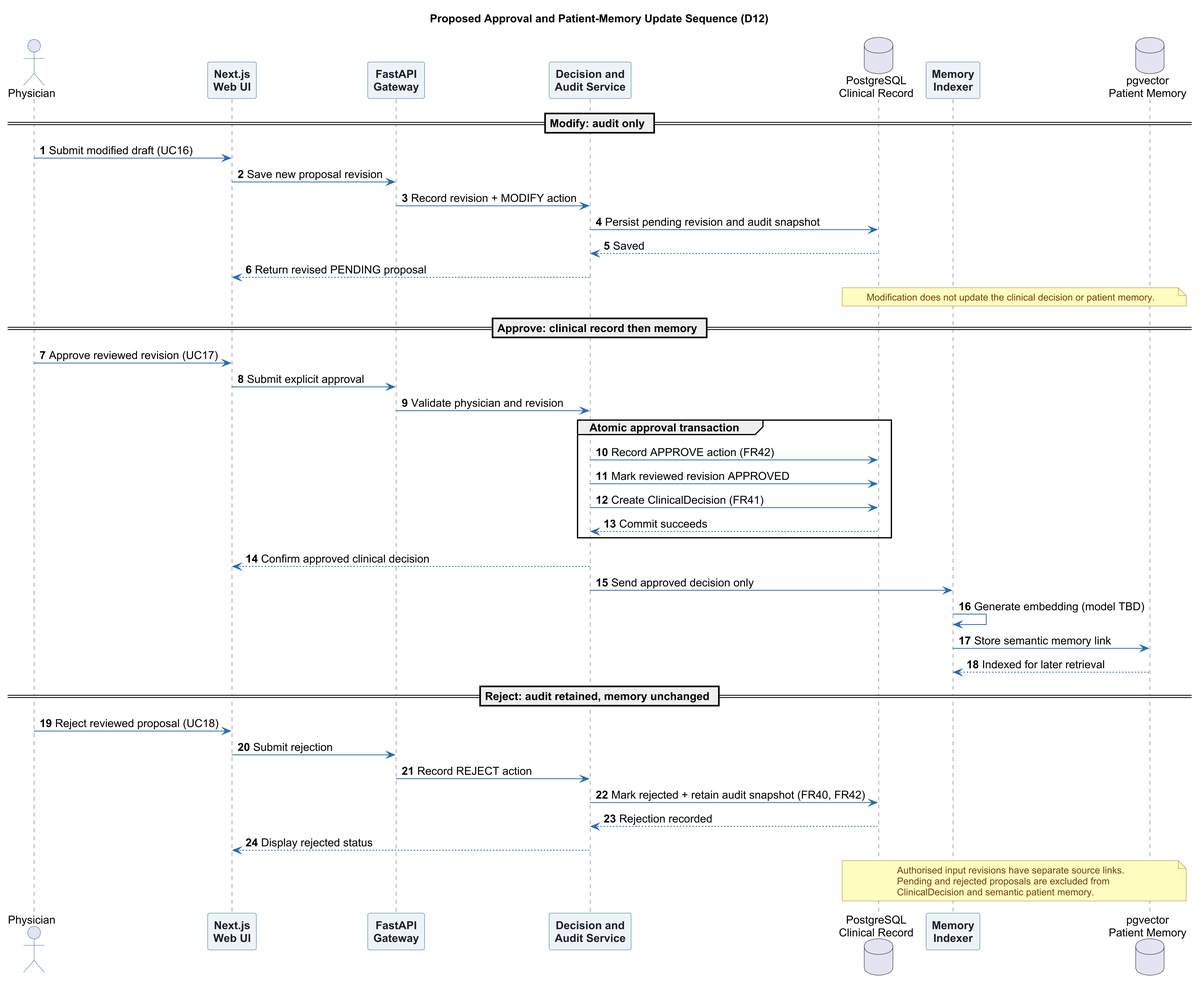
The PlantUML diagram Report template/Figures/esha_D12_memory_update_sequence.png in fatimamalik2307/fyp-report, before a commit. The source it was exported from:
```plantuml
@startuml esha_D12_memory_update_sequence
autonumber
skinparam backgroundColor #FFFFFF
skinparam shadowing false
skinparam defaultFontName Arial
skinparam defaultFontSize 14
skinparam dpi 300
skinparam sequence {
  ArrowColor #2B6CB0
  ActorBorderColor #2B6CB0
  LifeLineBorderColor #4A5568
  LifeLineBackgroundColor #EDF2F7
  ParticipantBorderColor #2B6CB0
  ParticipantBackgroundColor #EDF2F7
  ParticipantFontColor #1A202C
  ParticipantFontStyle bold
}
skinparam note {
  BackgroundColor #FEFCBF
  BorderColor #B7791F
  FontColor #744210
  FontSize 12
}
title Proposed Approval and Patient-Memory Update Sequence (D12)

actor Physician as Doctor
participant "Next.js\nWeb UI" as UI
participant "FastAPI\nGateway" as API
participant "Decision and\nAudit Service" as Decision
database "PostgreSQL\nClinical Record" as Record
participant "Memory\nIndexer" as Indexer
database "pgvector\nPatient Memory" as Memory

== Modify: audit only ==
Doctor -> UI : Submit modified draft (UC16)
UI -> API : Save new proposal revision
API -> Decision : Record revision + MODIFY action
Decision -> Record : Persist pending revision and audit snapshot
Record --> Decision : Saved
Decision --> UI : Return revised PENDING proposal
note over Record, Memory : Modification does not update the clinical decision or patient memory.
== Approve: clinical record then memory ==
Doctor -> UI : Approve reviewed revision (UC17)
UI -> API : Submit explicit approval
API -> Decision : Validate physician and revision
group Atomic approval transaction
  Decision -> Record : Record APPROVE action (FR42)
  Decision -> Record : Mark reviewed revision APPROVED
  Decision -> Record : Create ClinicalDecision (FR41)
  Record --> Decision : Commit succeeds
end
Decision --> UI : Confirm approved clinical decision
Decision -> Indexer : Send approved decision only
Indexer -> Indexer : Generate embedding (model TBD)
Indexer -> Memory : Store semantic memory link
Memory --> Indexer : Indexed for later retrieval
== Reject: audit retained, memory unchanged ==
Doctor -> UI : Reject reviewed proposal (UC18)
UI -> API : Submit rejection
API -> Decision : Record REJECT action
Decision -> Record : Mark rejected + retain audit snapshot (FR40, FR42)
Record --> Decision : Rejection recorded
Decision --> UI : Display rejected status
note over Record, Memory
  Authorised input revisions have separate source links.
  Pending and rejected proposals are excluded from
  ClinicalDecision and semantic patient memory.
end note
@enduml
```
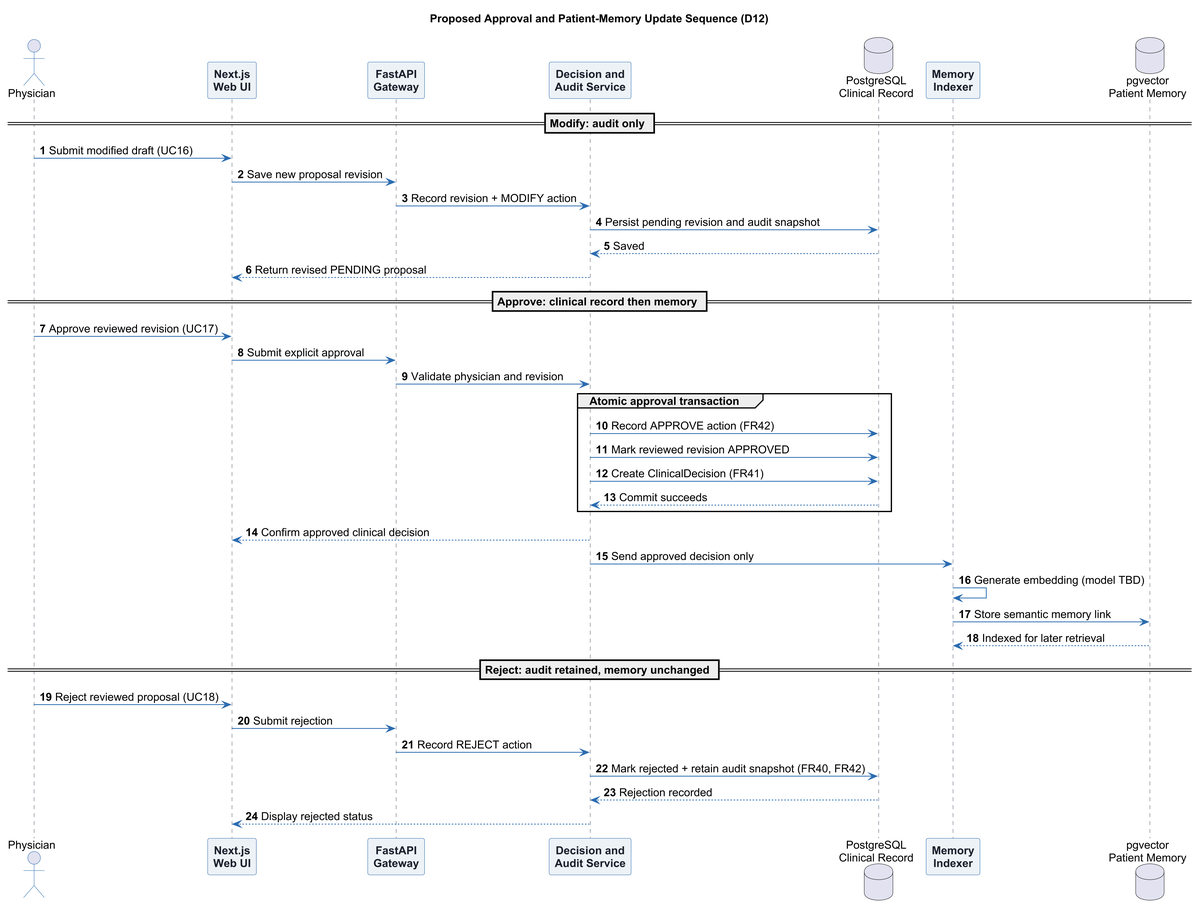
After the commit.

What changed in the source:
```diff
@@ -14,12 +14,6 @@
   ParticipantBackgroundColor #EDF2F7
   ParticipantFontColor #1A202C
   ParticipantFontStyle bold
-}
-skinparam note {
-  BackgroundColor #FEFCBF
-  BorderColor #B7791F
-  FontColor #744210
-  FontSize 12
 }
 title Proposed Approval and Patient-Memory Update Sequence (D12)
 
@@ -38,7 +32,6 @@
 Decision -> Record : Persist pending revision and audit snapshot
 Record --> Decision : Saved
 Decision --> UI : Return revised PENDING proposal
-note over Record, Memory : Modification does not update the clinical decision or patient memory.
 == Approve: clinical record then memory ==
 Doctor -> UI : Approve reviewed revision (UC17)
 UI -> API : Submit explicit approval
@@ -61,9 +54,4 @@
 Decision -> Record : Mark rejected + retain audit snapshot (FR40, FR42)
 Record --> Decision : Rejection recorded
 Decision --> UI : Display rejected status
-note over Record, Memory
-  Authorised input revisions have separate source links.
-  Pending and rejected proposals are excluded from
-  ClinicalDecision and semantic patient memory.
-end note
 @enduml
```
